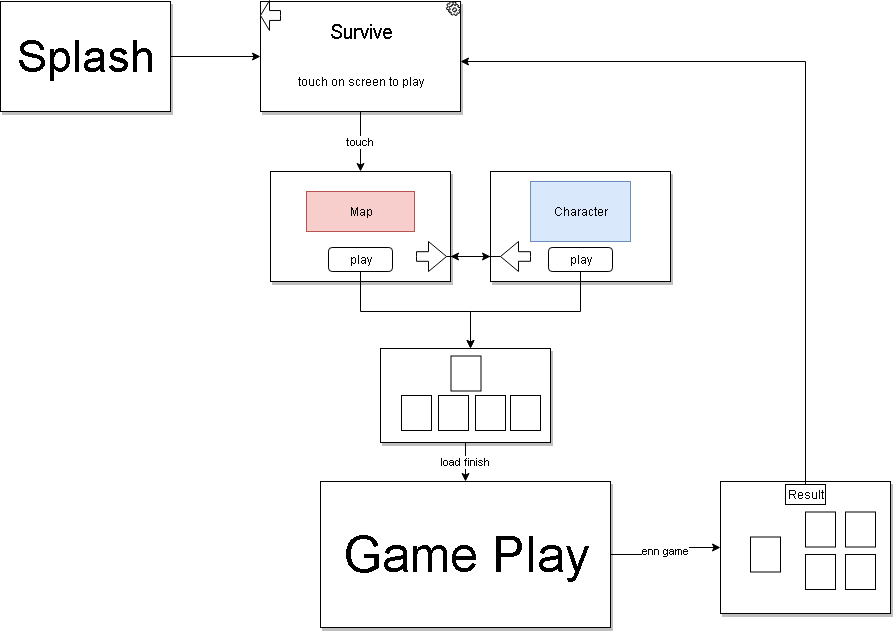
Before: Docs/StatesGame.png, a diagram exported from draw.io (khanhdrag9/Cocos2dx-ICG-ShooterTopDown). Source tidied: cells renumbered, new cells last; positions are measured from the earlier drawing's top-left corner, leaving out a move shared by most shapes.
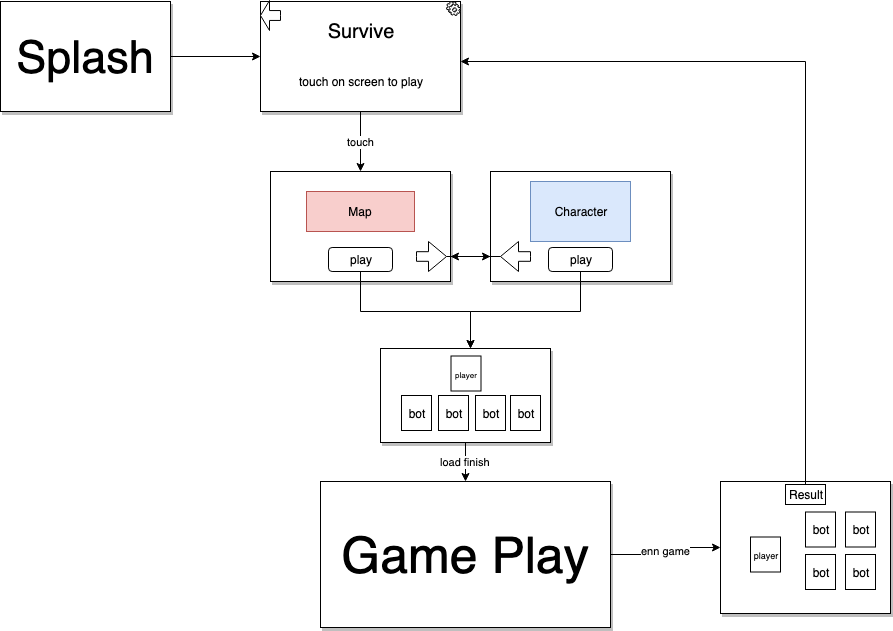
Later version of the same file.

The edit, as a diff of the source:
```diff
@@ -94,40 +94,40 @@
     <mxCell id="25" value="load finish" style="edgeStyle=orthogonalEdgeStyle;rounded=0;jettySize=auto;html=1;" parent="1" edge="1" source="26" target="23">
       <mxGeometry relative="1" as="geometry" />
     </mxCell>
-    <mxCell id="26" style="rounded=0;whiteSpace=wrap;html=1;shadow=1;" parent="1" vertex="1">
+    <mxCell id="26" value="&lt;div style=&quot;text-align: left&quot;&gt;&lt;/div&gt;&lt;div style=&quot;text-align: left&quot;&gt;&lt;/div&gt;&lt;div style=&quot;text-align: left&quot;&gt;&lt;/div&gt;&lt;div style=&quot;text-align: left&quot;&gt;&lt;/div&gt;" style="rounded=0;whiteSpace=wrap;html=1;shadow=1;" parent="1" vertex="1">
       <mxGeometry x="380" y="348" width="170" height="94" as="geometry" />
     </mxCell>
-    <mxCell id="27" style="rounded=0;whiteSpace=wrap;html=1;" parent="1" vertex="1">
+    <mxCell id="27" value="&lt;font style=&quot;font-size: 8px&quot;&gt;player&lt;/font&gt;" style="rounded=0;whiteSpace=wrap;html=1;" parent="1" vertex="1">
       <mxGeometry x="450.5" y="355.5" width="30" height="35" as="geometry" />
     </mxCell>
-    <mxCell id="28" style="rounded=0;whiteSpace=wrap;html=1;" parent="1" vertex="1">
+    <mxCell id="28" value="bot" style="rounded=0;whiteSpace=wrap;html=1;" parent="1" vertex="1">
       <mxGeometry x="401" y="395" width="30" height="35" as="geometry" />
     </mxCell>
-    <mxCell id="29" style="rounded=0;whiteSpace=wrap;html=1;" parent="1" vertex="1">
+    <mxCell id="29" value="bot" style="rounded=0;whiteSpace=wrap;html=1;" parent="1" vertex="1">
       <mxGeometry x="438" y="395" width="30" height="35" as="geometry" />
     </mxCell>
-    <mxCell id="30" style="rounded=0;whiteSpace=wrap;html=1;" parent="1" vertex="1">
+    <mxCell id="30" value="bot" style="rounded=0;whiteSpace=wrap;html=1;" parent="1" vertex="1">
       <mxGeometry x="475" y="395" width="30" height="35" as="geometry" />
     </mxCell>
     <mxCell id="31" style="rounded=0;whiteSpace=wrap;html=1;" parent="1" vertex="1">
       <mxGeometry x="510" y="395" width="30" height="35" as="geometry" />
     </mxCell>
-    <mxCell id="32" style="rounded=0;whiteSpace=wrap;html=1;" parent="1" vertex="1">
+    <mxCell id="32" value="bot" style="rounded=0;whiteSpace=wrap;html=1;" parent="1" vertex="1">
       <mxGeometry x="510" y="395" width="30" height="35" as="geometry" />
     </mxCell>
-    <mxCell id="33" style="rounded=0;whiteSpace=wrap;html=1;" parent="1" vertex="1">
+    <mxCell id="33" value="&lt;font style=&quot;font-size: 9px&quot;&gt;player&lt;/font&gt;" style="rounded=0;whiteSpace=wrap;html=1;" parent="1" vertex="1">
       <mxGeometry x="750" y="536.5" width="30" height="35" as="geometry" />
     </mxCell>
-    <mxCell id="34" style="rounded=0;whiteSpace=wrap;html=1;" parent="1" vertex="1">
+    <mxCell id="34" value="bot" style="rounded=0;whiteSpace=wrap;html=1;" parent="1" vertex="1">
       <mxGeometry x="805" y="511.5" width="30" height="35" as="geometry" />
     </mxCell>
-    <mxCell id="35" style="rounded=0;whiteSpace=wrap;html=1;" parent="1" vertex="1">
+    <mxCell id="35" value="bot" style="rounded=0;whiteSpace=wrap;html=1;" parent="1" vertex="1">
       <mxGeometry x="845" y="511.5" width="30" height="35" as="geometry" />
     </mxCell>
-    <mxCell id="36" style="rounded=0;whiteSpace=wrap;html=1;" parent="1" vertex="1">
+    <mxCell id="36" value="bot" style="rounded=0;whiteSpace=wrap;html=1;" parent="1" vertex="1">
       <mxGeometry x="805" y="554" width="30" height="35" as="geometry" />
     </mxCell>
-    <mxCell id="37" style="rounded=0;whiteSpace=wrap;html=1;" parent="1" vertex="1">
+    <mxCell id="37" value="bot" style="rounded=0;whiteSpace=wrap;html=1;" parent="1" vertex="1">
       <mxGeometry x="845" y="554" width="30" height="35" as="geometry" />
     </mxCell>
     <mxCell id="38" style="edgeStyle=orthogonalEdgeStyle;rounded=0;jettySize=auto;html=1;" parent="1" edge="1" source="39" target="5">
```
